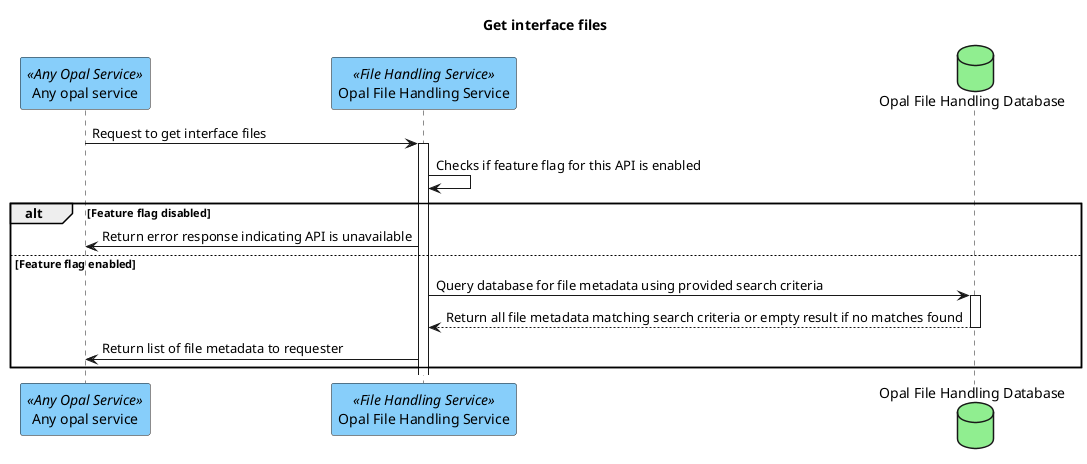
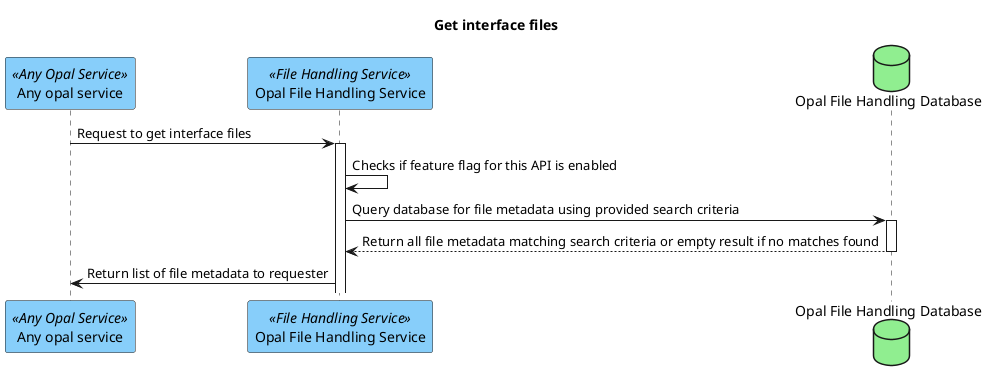
@startuml
title Get interface files
participant "Any opal service" as anyOpalService <<Any Opal Service>> #LightSkyBlue
participant "Opal File Handling Service" as fileHandlingService <<File Handling Service>> #LightSkyBlue
database "Opal File Handling Database" as fileHandlingDb #LightGreen

anyOpalService -> fileHandlingService ++ : Request to get interface files
fileHandlingService -> fileHandlingService : Checks if feature flag for this API is enabled
- alt Feature flag disabled
-    fileHandlingService -> anyOpalService : Return error response indicating API is unavailable
- else Feature flag enabled
-     fileHandlingService -> fileHandlingDb ++ : Query database for file metadata using provided search criteria
-     fileHandlingDb --> fileHandlingService -- : Return all file metadata matching search criteria or empty result if no matches found
-     fileHandlingService -> anyOpalService : Return list of file metadata to requester
- end
- 
- 
+ fileHandlingService -> fileHandlingDb ++ : Query database for file metadata using provided search criteria
+ fileHandlingDb --> fileHandlingService -- : Return all file metadata matching search criteria or empty result if no matches found
+ fileHandlingService -> anyOpalService : Return list of file metadata to requester
@enduml